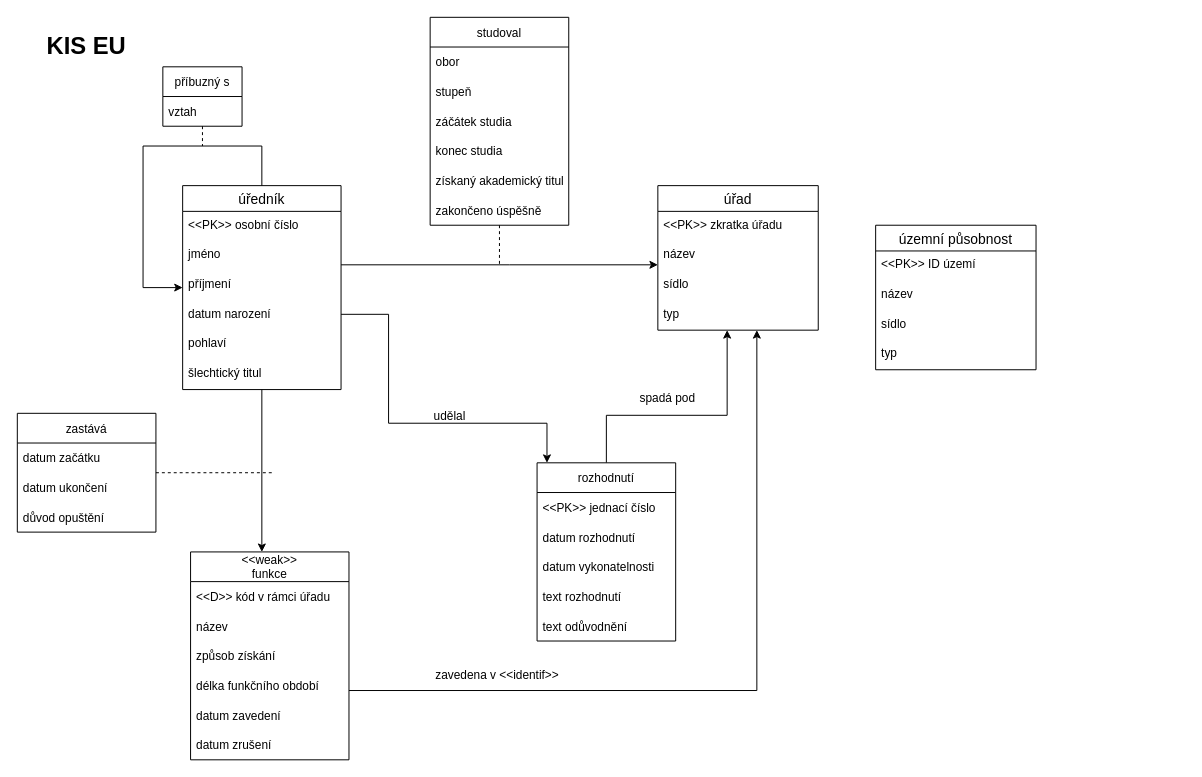
Above: kiseu.drawio in mstrlc/ius-homework (draw.io), before the change. Source tidied: cells renumbered, new cells numbered last; positions are measured from the earlier drawing's top-left corner, leaving out a move shared by most shapes. Both pictures are drawn from the tidied source at 99%, with x=0, y=0 at pixel (17, 17).
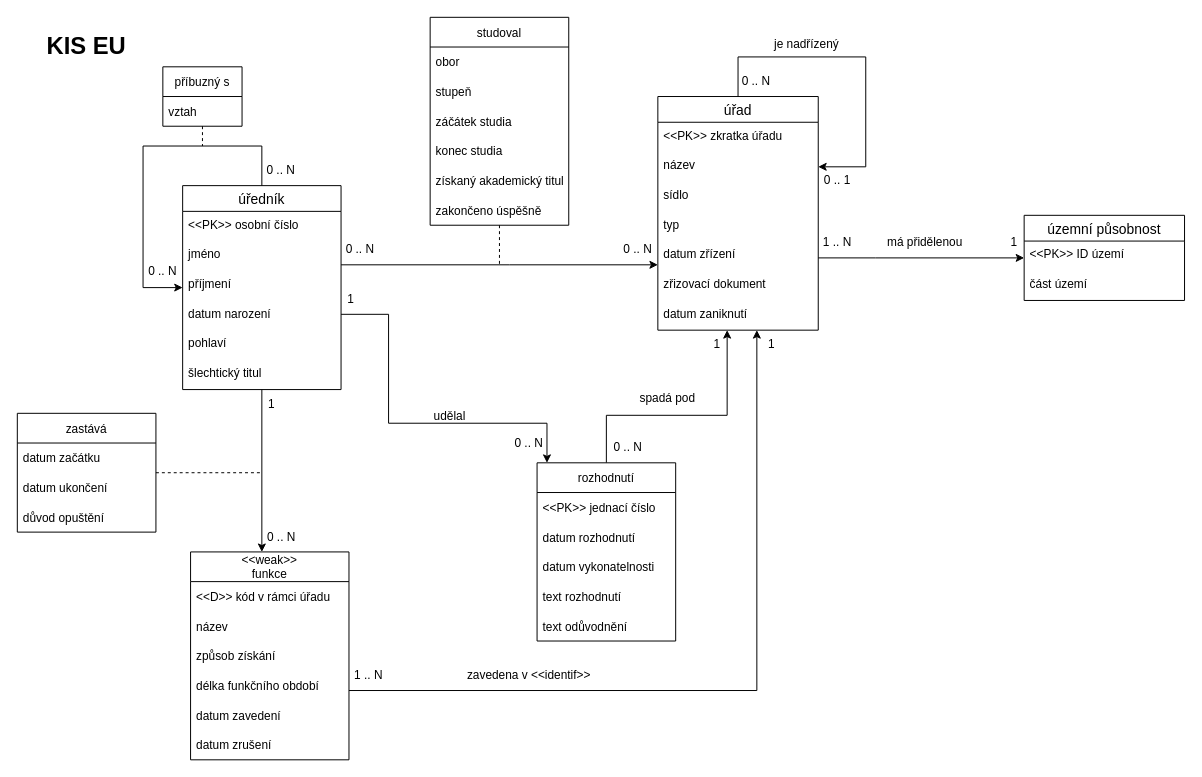
Above is the later version.

The change refers to these unchanged cells:
```xml
<mxCell id="13" value="název" style="text;strokeColor=none;fillColor=none;spacingLeft=4;spacingRight=4;overflow=hidden;points=[[0,0.5],[1,0.5]];portConstraint=eastwest;fontSize=12;fontFamily=Helvetica;" parent="11" vertex="1">
  <mxGeometry y="56" width="162" height="30" as="geometry" />
</mxCell>
<mxCell id="48" value="zastává" style="swimlane;fontStyle=0;horizontal=1;startSize=30;fontFamily=Helvetica;" parent="1" vertex="1">
  <mxGeometry y="400" width="140" height="120" as="geometry" />
</mxCell>
```

Change to the diagram source:
```diff
@@
+    <mxCell id="58" style="edgeStyle=orthogonalEdgeStyle;rounded=0;jettySize=auto;html=1;" parent="1" edge="1" source="11" target="53">
+      <mxGeometry relative="1" as="geometry">
+        <Array as="points">
+          <mxPoint x="867" y="243" />
+          <mxPoint x="867" y="243" />
+        </Array>
+      </mxGeometry>
+    </mxCell>
     <mxCell id="11" value="úřad" style="swimlane;fontStyle=0;horizontal=1;startSize=26;align=center;fontSize=14;fontFamily=Helvetica;" parent="1" vertex="1">
-      <mxGeometry x="647" y="170" width="162" height="146" as="geometry" />
+      <mxGeometry x="647" y="80" width="162" height="236" as="geometry" />
     </mxCell>
@@
+    <mxCell id="59" value="datum zřízení" style="text;strokeColor=none;fillColor=none;spacingLeft=4;spacingRight=4;overflow=hidden;fontSize=12;fontFamily=Helvetica;" parent="11" vertex="1">
+      <mxGeometry y="146" width="162" height="30" as="geometry" />
+    </mxCell>
+    <mxCell id="60" value="zřizovací dokument" style="text;strokeColor=none;fillColor=none;spacingLeft=4;spacingRight=4;overflow=hidden;fontSize=12;fontFamily=Helvetica;" parent="11" vertex="1">
+      <mxGeometry y="176" width="162" height="30" as="geometry" />
+    </mxCell>
+    <mxCell id="61" value="datum zaniknutí" style="text;strokeColor=none;fillColor=none;spacingLeft=4;spacingRight=4;overflow=hidden;fontSize=12;fontFamily=Helvetica;" parent="11" vertex="1">
+      <mxGeometry y="206" width="162" height="30" as="geometry" />
+    </mxCell>
+    <mxCell id="62" style="edgeStyle=orthogonalEdgeStyle;rounded=0;jettySize=auto;html=1;" parent="11" edge="1" source="11" target="13">
+      <mxGeometry relative="1" as="geometry">
+        <Array as="points">
+          <mxPoint x="81" y="-40" />
+          <mxPoint x="210" y="-40" />
+          <mxPoint x="210" y="71" />
+        </Array>
+      </mxGeometry>
+    </mxCell>
@@
     <mxCell id="47" style="edgeStyle=orthogonalEdgeStyle;rounded=0;jettySize=auto;html=1;fontFamily=Helvetica;endArrow=none;endFill=0;strokeColor=default;dashed=1;" parent="1" edge="1" source="48">
       <mxGeometry relative="1" as="geometry">
-        <mxPoint x="257" y="460" as="targetPoint" />
+        <mxPoint x="247" y="460" as="targetPoint" />
       </mxGeometry>
     </mxCell>
@@
     <mxCell id="52" value="zavedena v &amp;lt;&amp;lt;identif&amp;gt;&amp;gt;" style="text;html=1;strokeColor=none;fillColor=none;align=center;verticalAlign=middle;whiteSpace=wrap;rounded=0;" parent="1" vertex="1">
-      <mxGeometry x="413" y="650" width="144" height="30" as="geometry" />
+      <mxGeometry x="445" y="650" width="144" height="30" as="geometry" />
     </mxCell>
     <mxCell id="53" value="územní působnost" style="swimlane;fontStyle=0;horizontal=1;startSize=26;align=center;fontSize=14;fontFamily=Helvetica;" parent="1" vertex="1">
-      <mxGeometry x="867" y="210" width="162" height="146" as="geometry" />
+      <mxGeometry x="1017" y="200" width="162" height="86" as="geometry" />
     </mxCell>
@@
-    <mxCell id="55" value="název" style="text;strokeColor=none;fillColor=none;spacingLeft=4;spacingRight=4;overflow=hidden;fontSize=12;fontFamily=Helvetica;" parent="53" vertex="1">
-      <mxGeometry y="56" width="162" height="30" as="geometry" />
-    </mxCell>
-    <mxCell id="56" value="sídlo" style="text;strokeColor=none;fillColor=none;spacingLeft=4;spacingRight=4;overflow=hidden;fontSize=12;fontFamily=Helvetica;" parent="53" vertex="1">
-      <mxGeometry y="86" width="162" height="30" as="geometry" />
-    </mxCell>
-    <mxCell id="57" value="typ" style="text;strokeColor=none;fillColor=none;spacingLeft=4;spacingRight=4;overflow=hidden;fontSize=12;fontFamily=Helvetica;" parent="53" vertex="1">
-      <mxGeometry y="116" width="162" height="30" as="geometry" />
-    </mxCell>
+    <mxCell id="63" value="část území" style="text;strokeColor=none;fillColor=none;spacingLeft=4;spacingRight=4;overflow=hidden;fontSize=12;fontFamily=Helvetica;" parent="53" vertex="1">
+      <mxGeometry y="56" width="162" height="30" as="geometry" />
+    </mxCell>
+    <mxCell id="64" value="má přidělenou" style="text;html=1;strokeColor=none;fillColor=none;align=center;verticalAlign=middle;whiteSpace=wrap;rounded=0;" parent="1" vertex="1">
+      <mxGeometry x="877" y="212" width="80" height="30" as="geometry" />
+    </mxCell>
+    <mxCell id="65" value="0 .. N" style="text;html=1;strokeColor=none;fillColor=none;align=center;verticalAlign=middle;whiteSpace=wrap;rounded=0;" parent="1" vertex="1">
+      <mxGeometry x="597" y="420" width="40" height="30" as="geometry" />
+    </mxCell>
+    <mxCell id="66" value="0 .. N" style="text;html=1;strokeColor=none;fillColor=none;align=center;verticalAlign=middle;whiteSpace=wrap;rounded=0;" parent="1" vertex="1">
+      <mxGeometry x="327" y="220" width="39" height="30" as="geometry" />
+    </mxCell>
+    <mxCell id="67" value="0 .. N" style="text;html=1;strokeColor=none;fillColor=none;align=center;verticalAlign=middle;whiteSpace=wrap;rounded=0;" parent="1" vertex="1">
+      <mxGeometry x="607" y="220" width="40" height="30" as="geometry" />
+    </mxCell>
+    <mxCell id="68" value="1" style="text;html=1;strokeColor=none;fillColor=none;align=center;verticalAlign=middle;whiteSpace=wrap;rounded=0;" parent="1" vertex="1">
+      <mxGeometry x="697" y="316" width="20" height="30" as="geometry" />
+    </mxCell>
+    <mxCell id="69" value="0 .. N" style="text;html=1;strokeColor=none;fillColor=none;align=center;verticalAlign=middle;whiteSpace=wrap;rounded=0;" parent="1" vertex="1">
+      <mxGeometry x="497" y="416" width="40" height="30" as="geometry" />
+    </mxCell>
+    <mxCell id="70" value="1" style="text;html=1;strokeColor=none;fillColor=none;align=center;verticalAlign=middle;whiteSpace=wrap;rounded=0;" parent="1" vertex="1">
+      <mxGeometry x="327" y="270" width="20" height="30" as="geometry" />
+    </mxCell>
+    <mxCell id="71" value="1 .. N" style="text;html=1;strokeColor=none;fillColor=none;align=center;verticalAlign=middle;whiteSpace=wrap;rounded=0;" parent="1" vertex="1">
+      <mxGeometry x="809" y="212" width="39" height="30" as="geometry" />
+    </mxCell>
+    <mxCell id="72" value="1" style="text;html=1;strokeColor=none;fillColor=none;align=center;verticalAlign=middle;whiteSpace=wrap;rounded=0;" parent="1" vertex="1">
+      <mxGeometry x="997" y="212" width="20" height="30" as="geometry" />
+    </mxCell>
+    <mxCell id="73" value="1" style="text;html=1;strokeColor=none;fillColor=none;align=center;verticalAlign=middle;whiteSpace=wrap;rounded=0;" parent="1" vertex="1">
+      <mxGeometry x="247" y="376" width="20" height="30" as="geometry" />
+    </mxCell>
+    <mxCell id="74" value="0 .. N" style="text;html=1;strokeColor=none;fillColor=none;align=center;verticalAlign=middle;whiteSpace=wrap;rounded=0;" parent="1" vertex="1">
+      <mxGeometry x="247" y="510" width="40" height="30" as="geometry" />
+    </mxCell>
+    <mxCell id="75" value="0 .. N" style="text;html=1;strokeColor=none;fillColor=none;align=center;verticalAlign=middle;whiteSpace=wrap;rounded=0;" parent="1" vertex="1">
+      <mxGeometry x="247" y="140" width="39" height="30" as="geometry" />
+    </mxCell>
+    <mxCell id="76" value="0 .. N" style="text;html=1;strokeColor=none;fillColor=none;align=center;verticalAlign=middle;whiteSpace=wrap;rounded=0;" parent="1" vertex="1">
+      <mxGeometry x="127" y="242" width="40" height="30" as="geometry" />
+    </mxCell>
+    <mxCell id="77" value="je nadřízený" style="text;html=1;strokeColor=none;fillColor=none;align=center;verticalAlign=middle;whiteSpace=wrap;rounded=0;fontFamily=Helvetica;" parent="1" vertex="1">
+      <mxGeometry x="761" y="14" width="73" height="26" as="geometry" />
+    </mxCell>
+    <mxCell id="78" value="0 .. 1" style="text;html=1;strokeColor=none;fillColor=none;align=center;verticalAlign=middle;whiteSpace=wrap;rounded=0;" parent="1" vertex="1">
+      <mxGeometry x="809" y="150" width="39" height="30" as="geometry" />
+    </mxCell>
+    <mxCell id="79" value="0 .. N" style="text;html=1;strokeColor=none;fillColor=none;align=center;verticalAlign=middle;whiteSpace=wrap;rounded=0;" parent="1" vertex="1">
+      <mxGeometry x="727" y="50" width="39" height="30" as="geometry" />
+    </mxCell>
+    <mxCell id="80" value="1" style="text;html=1;strokeColor=none;fillColor=none;align=center;verticalAlign=middle;whiteSpace=wrap;rounded=0;" parent="1" vertex="1">
+      <mxGeometry x="747" y="316" width="30" height="30" as="geometry" />
+    </mxCell>
+    <mxCell id="81" value="1 .. N" style="text;html=1;strokeColor=none;fillColor=none;align=center;verticalAlign=middle;whiteSpace=wrap;rounded=0;" parent="1" vertex="1">
+      <mxGeometry x="335" y="650" width="40" height="30" as="geometry" />
+    </mxCell>
```
